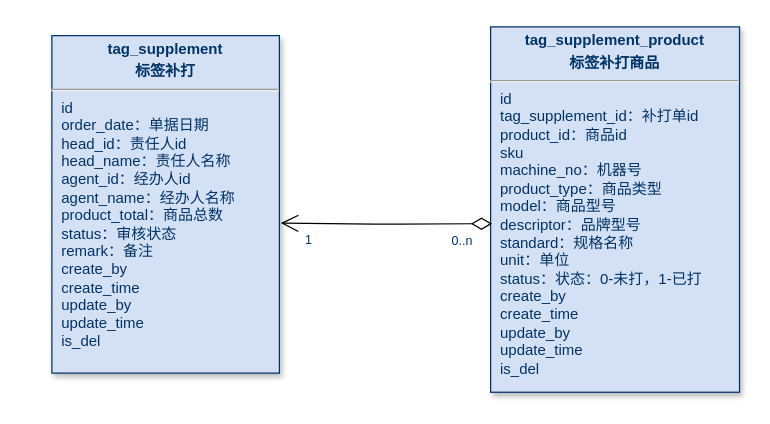
Above: page "标签补打" (1 of 3) of 未命名绘图.drawio in KNAI-I/test (draw.io), before the change. Source tidied: cells renumbered, new cells numbered last; positions are measured from the earlier drawing's top-left corner, leaving out a move shared by most shapes. Both pictures are drawn from the tidied source at 125%, with x=0, y=0 at pixel (51, 26).
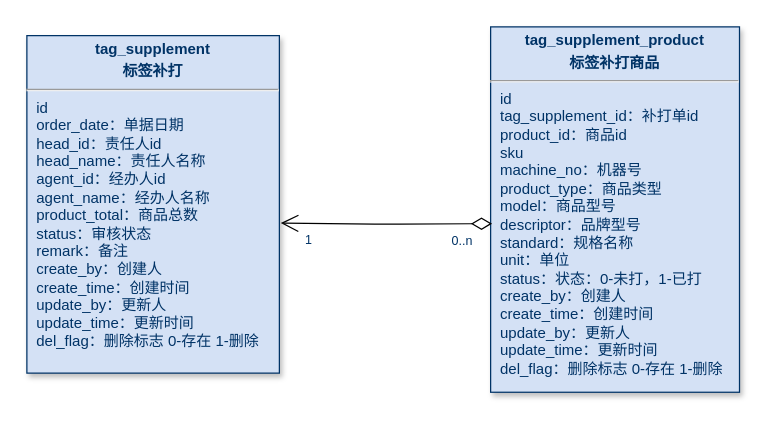
After the change.

Change to the diagram source:
```diff
@@
 <mxGraphModel>
   <root>
     <mxCell id="0" />
     <mxCell id="1" parent="0" />
-    <mxCell id="2" value="&lt;p style=&quot;margin: 4px 0px 0px; text-align: center;&quot;&gt;&lt;strong style=&quot;&quot;&gt;tag_supplement_product&lt;/strong&gt;&lt;/p&gt;&lt;p style=&quot;margin: 4px 0px 0px; text-align: center;&quot;&gt;&lt;b&gt;标签补打商品&lt;/b&gt;&lt;/p&gt;&lt;hr&gt;&lt;p style=&quot;margin: 0px; margin-left: 8px;&quot;&gt;id&lt;/p&gt;&lt;p style=&quot;margin: 0px; margin-left: 8px;&quot;&gt;tag_supplement_id：补打单id&lt;/p&gt;&lt;p style=&quot;margin: 0px; margin-left: 8px;&quot;&gt;product_id：商品id&lt;/p&gt;&lt;p style=&quot;margin: 0px; margin-left: 8px;&quot;&gt;sku&lt;/p&gt;&lt;p style=&quot;margin: 0px; margin-left: 8px;&quot;&gt;machine_no：机器号&lt;/p&gt;&lt;p style=&quot;margin: 0px; margin-left: 8px;&quot;&gt;product_type：商品类型&lt;/p&gt;&lt;p style=&quot;margin: 0px; margin-left: 8px;&quot;&gt;model：商品型号&lt;/p&gt;&lt;p style=&quot;margin: 0px; margin-left: 8px;&quot;&gt;descriptor：品牌型号&lt;/p&gt;&lt;p style=&quot;margin: 0px; margin-left: 8px;&quot;&gt;standard：规格名称&lt;/p&gt;&lt;p style=&quot;margin: 0px; margin-left: 8px;&quot;&gt;unit：单位&lt;/p&gt;&lt;p style=&quot;margin: 0px; margin-left: 8px;&quot;&gt;status：状态：0-未打，1-已打&lt;/p&gt;&lt;p style=&quot;margin: 0px 0px 0px 8px;&quot;&gt;create_by&lt;/p&gt;&lt;p style=&quot;margin: 0px 0px 0px 8px;&quot;&gt;create_time&lt;/p&gt;&lt;p style=&quot;margin: 0px 0px 0px 8px;&quot;&gt;update_by&lt;/p&gt;&lt;p style=&quot;margin: 0px 0px 0px 8px;&quot;&gt;update_time&lt;/p&gt;&lt;p style=&quot;margin: 0px 0px 0px 8px;&quot;&gt;is_del&lt;/p&gt;" style="verticalAlign=top;align=left;overflow=fill;fontSize=12;fontFamily=Helvetica;html=1;strokeColor=#003366;shadow=1;fillColor=#D4E1F5;fontColor=#003366;" parent="1" vertex="1">
+    <mxCell id="2" value="&lt;p style=&quot;margin: 4px 0px 0px; text-align: center;&quot;&gt;&lt;strong style=&quot;&quot;&gt;tag_supplement_product&lt;/strong&gt;&lt;/p&gt;&lt;p style=&quot;margin: 4px 0px 0px; text-align: center;&quot;&gt;&lt;b&gt;标签补打商品&lt;/b&gt;&lt;/p&gt;&lt;hr&gt;&lt;p style=&quot;margin: 0px; margin-left: 8px;&quot;&gt;id&lt;/p&gt;&lt;p style=&quot;margin: 0px; margin-left: 8px;&quot;&gt;tag_supplement_id：补打单id&lt;/p&gt;&lt;p style=&quot;margin: 0px; margin-left: 8px;&quot;&gt;product_id：商品id&lt;/p&gt;&lt;p style=&quot;margin: 0px; margin-left: 8px;&quot;&gt;sku&lt;/p&gt;&lt;p style=&quot;margin: 0px; margin-left: 8px;&quot;&gt;machine_no：机器号&lt;/p&gt;&lt;p style=&quot;margin: 0px; margin-left: 8px;&quot;&gt;product_type：商品类型&lt;/p&gt;&lt;p style=&quot;margin: 0px; margin-left: 8px;&quot;&gt;model：商品型号&lt;/p&gt;&lt;p style=&quot;margin: 0px; margin-left: 8px;&quot;&gt;descriptor：品牌型号&lt;/p&gt;&lt;p style=&quot;margin: 0px; margin-left: 8px;&quot;&gt;standard：规格名称&lt;/p&gt;&lt;p style=&quot;margin: 0px; margin-left: 8px;&quot;&gt;unit：单位&lt;/p&gt;&lt;p style=&quot;margin: 0px; margin-left: 8px;&quot;&gt;status：状态：0-未打，1-已打&lt;/p&gt;&lt;p style=&quot;margin: 0px 0px 0px 8px;&quot;&gt;create_by：创建人&lt;/p&gt;&lt;p style=&quot;margin: 0px 0px 0px 8px;&quot;&gt;create_time：创建时间&lt;/p&gt;&lt;p style=&quot;margin: 0px 0px 0px 8px;&quot;&gt;update_by：更新人&lt;/p&gt;&lt;p style=&quot;margin: 0px 0px 0px 8px;&quot;&gt;update_time：更新时间&lt;/p&gt;&lt;p style=&quot;margin: 0px 0px 0px 8px;&quot;&gt;del_flag：删除标志 0-存在 1-删除&lt;/p&gt;" style="verticalAlign=top;align=left;overflow=fill;fontSize=12;fontFamily=Helvetica;html=1;strokeColor=#003366;shadow=1;fillColor=#D4E1F5;fontColor=#003366;" parent="1" vertex="1">
       <mxGeometry x="351" width="199.1" height="292.3" as="geometry" />
     </mxCell>
-    <mxCell id="3" value="&lt;p style=&quot;text-align: center; margin: 4px 0px 0px;&quot;&gt;&lt;span style=&quot;background-color: transparent; text-align: left;&quot;&gt;&lt;b&gt;tag_supplement&lt;/b&gt;&lt;/span&gt;&lt;/p&gt;&lt;p style=&quot;text-align: center; margin: 4px 0px 0px;&quot;&gt;&lt;b style=&quot;&quot;&gt;标签补打&lt;/b&gt;&lt;/p&gt;&lt;hr&gt;&lt;p style=&quot;margin: 0px; margin-left: 8px;&quot;&gt;id&lt;/p&gt;&lt;p style=&quot;margin: 0px; margin-left: 8px;&quot;&gt;order_date：单据日期&lt;/p&gt;&lt;p style=&quot;margin: 0px; margin-left: 8px;&quot;&gt;head_id：责任人id&lt;/p&gt;&lt;p style=&quot;margin: 0px; margin-left: 8px;&quot;&gt;head_name：责任人名称&lt;/p&gt;&lt;p style=&quot;margin: 0px; margin-left: 8px;&quot;&gt;agent_id：经办人id&lt;/p&gt;&lt;p style=&quot;margin: 0px; margin-left: 8px;&quot;&gt;agent_name：经办人名称&lt;/p&gt;&lt;p style=&quot;margin: 0px; margin-left: 8px;&quot;&gt;product_total：商品总数&lt;/p&gt;&lt;p style=&quot;margin: 0px; margin-left: 8px;&quot;&gt;status：审核状态&lt;/p&gt;&lt;p style=&quot;margin: 0px; margin-left: 8px;&quot;&gt;remark：备注&lt;/p&gt;&lt;p style=&quot;margin: 0px; margin-left: 8px;&quot;&gt;create_by&lt;/p&gt;&lt;p style=&quot;margin: 0px; margin-left: 8px;&quot;&gt;create_time&lt;/p&gt;&lt;p style=&quot;margin: 0px; margin-left: 8px;&quot;&gt;update_by&lt;/p&gt;&lt;p style=&quot;margin: 0px; margin-left: 8px;&quot;&gt;update_time&lt;/p&gt;&lt;p style=&quot;margin: 0px; margin-left: 8px;&quot;&gt;is_del&lt;/p&gt;" style="verticalAlign=top;align=left;overflow=fill;fontSize=12;fontFamily=Helvetica;html=1;strokeColor=#003366;shadow=1;fillColor=#D4E1F5;fontColor=#003366;" parent="1" vertex="1">
-      <mxGeometry y="7" width="182" height="270" as="geometry" />
+    <mxCell id="3" value="&lt;p style=&quot;text-align: center; margin: 4px 0px 0px;&quot;&gt;&lt;span style=&quot;background-color: transparent; text-align: left;&quot;&gt;&lt;b&gt;tag_supplement&lt;/b&gt;&lt;/span&gt;&lt;/p&gt;&lt;p style=&quot;text-align: center; margin: 4px 0px 0px;&quot;&gt;&lt;b style=&quot;&quot;&gt;标签补打&lt;/b&gt;&lt;/p&gt;&lt;hr&gt;&lt;p style=&quot;margin: 0px; margin-left: 8px;&quot;&gt;id&lt;/p&gt;&lt;p style=&quot;margin: 0px; margin-left: 8px;&quot;&gt;order_date：单据日期&lt;/p&gt;&lt;p style=&quot;margin: 0px; margin-left: 8px;&quot;&gt;head_id：责任人id&lt;/p&gt;&lt;p style=&quot;margin: 0px; margin-left: 8px;&quot;&gt;head_name：责任人名称&lt;/p&gt;&lt;p style=&quot;margin: 0px; margin-left: 8px;&quot;&gt;agent_id：经办人id&lt;/p&gt;&lt;p style=&quot;margin: 0px; margin-left: 8px;&quot;&gt;agent_name：经办人名称&lt;/p&gt;&lt;p style=&quot;margin: 0px; margin-left: 8px;&quot;&gt;product_total：商品总数&lt;/p&gt;&lt;p style=&quot;margin: 0px; margin-left: 8px;&quot;&gt;status：审核状态&lt;/p&gt;&lt;p style=&quot;margin: 0px; margin-left: 8px;&quot;&gt;remark：备注&lt;/p&gt;&lt;p style=&quot;margin: 0px; margin-left: 8px;&quot;&gt;create_by：创建人&lt;/p&gt;&lt;p style=&quot;margin: 0px; margin-left: 8px;&quot;&gt;create_time：创建时间&lt;/p&gt;&lt;p style=&quot;margin: 0px; margin-left: 8px;&quot;&gt;update_by：更新人&lt;/p&gt;&lt;p style=&quot;margin: 0px; margin-left: 8px;&quot;&gt;update_time：更新时间&lt;/p&gt;&lt;p style=&quot;margin: 0px; margin-left: 8px;&quot;&gt;del_flag：删除标志 0-存在 1-删除&lt;/p&gt;" style="verticalAlign=top;align=left;overflow=fill;fontSize=12;fontFamily=Helvetica;html=1;strokeColor=#003366;shadow=1;fillColor=#D4E1F5;fontColor=#003366;" parent="1" vertex="1">
+      <mxGeometry x="-20" y="7" width="202" height="270" as="geometry" />
     </mxCell>
     <mxCell id="4" style="endArrow=open;endSize=12;startArrow=diamondThin;startSize=14;startFill=0;edgeStyle=orthogonalEdgeStyle;exitX=0.011;exitY=0.523;exitDx=0;exitDy=0;exitPerimeter=0;entryX=1.006;entryY=0.539;entryDx=0;entryDy=0;entryPerimeter=0;" parent="1" edge="1">
       <mxGeometry x="620" y="340" as="geometry">
         <mxPoint x="352.2" y="157.4" as="sourcePoint" />
         <mxPoint x="183.1" y="157" as="targetPoint" />
       </mxGeometry>
     </mxCell>
     <mxCell id="5" value="0..n" style="align=left;verticalAlign=top;labelBackgroundColor=#ffffff;fontSize=10;strokeColor=#003366;shadow=1;fillColor=#D4E1F5;fontColor=#003366;" parent="4" vertex="1">
       <mxGeometry x="-1" relative="1" as="geometry">
         <mxPoint x="-34" y="2" as="offset" />
       </mxGeometry>
     </mxCell>
     <mxCell id="6" value="1" style="align=right;verticalAlign=top;labelBackgroundColor=#ffffff;fontSize=10;strokeColor=#003366;shadow=1;fillColor=#D4E1F5;fontColor=#003366;" parent="4" vertex="1">
       <mxGeometry x="1" relative="1" as="geometry">
         <mxPoint x="27" y="1" as="offset" />
       </mxGeometry>
     </mxCell>
   </root>
 </mxGraphModel>
```
